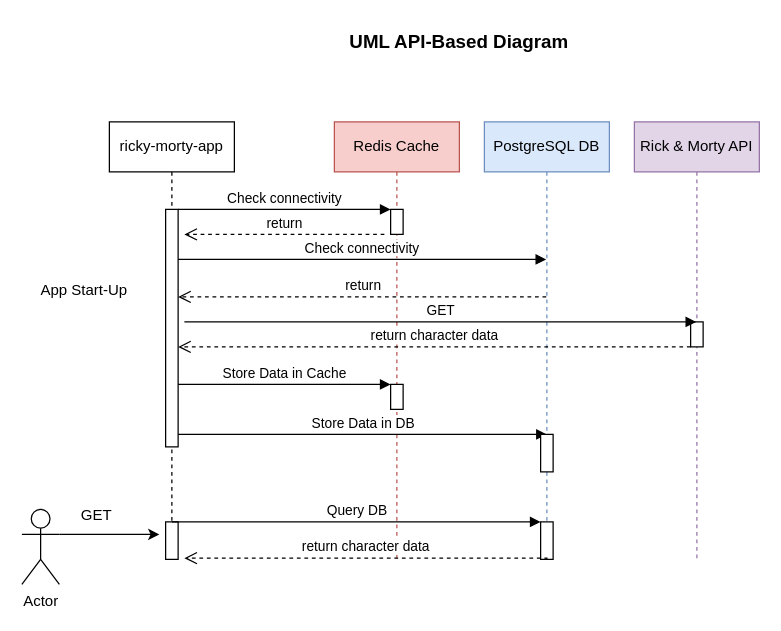
Above: docs/api-uml.drawio in andressanchezramos/rick-morty-app (draw.io), before the change. Source tidied: cells renumbered, new cells numbered last; positions are measured from the earlier drawing's top-left corner, leaving out a move shared by most shapes. Both pictures are drawn from the tidied source at 125%, with x=0, y=0 at pixel (21, 21).
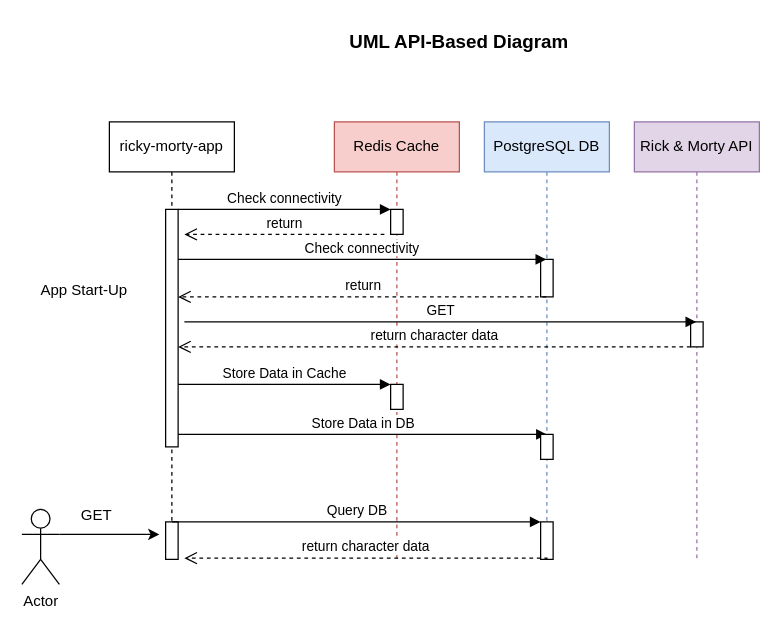
Above is the later version.

Commit message (it also covers changes not shown here):
add UML diagram

The change refers to these unchanged cells:
```xml
<mxCell id="9" value="PostgreSQL DB" style="shape=umlLifeline;perimeter=lifelinePerimeter;whiteSpace=wrap;html=1;outlineConnect=0;portConstraint=eastwest;newEdgeStyle={&quot;edgeStyle&quot;:&quot;elbowEdgeStyle&quot;,&quot;elbow&quot;:&quot;vertical&quot;,&quot;curved&quot;:0,&quot;rounded&quot;:0};fillColor=#dae8fc;strokeColor=#6c8ebf;" parent="1" vertex="1">
  <mxGeometry x="370" y="80" width="100" height="350" as="geometry" />
</mxCell>
```

The edit, as a diff of the source:
```diff
@@
+    <mxCell id="28" style="html=1;perimeter=orthogonalPerimeter;targetShapes=umlLifeline;newEdgeStyle={&quot;edgeStyle&quot;:&quot;elbowEdgeStyle&quot;,&quot;elbow&quot;:&quot;vertical&quot;,&quot;curved&quot;:0,&quot;rounded&quot;:0};" parent="9" vertex="1">
+      <mxGeometry x="45" y="110" width="10" height="30" as="geometry" />
+    </mxCell>
@@
     <mxCell id="22" style="html=1;perimeter=orthogonalPerimeter;targetShapes=umlLifeline;newEdgeStyle={&quot;edgeStyle&quot;:&quot;elbowEdgeStyle&quot;,&quot;elbow&quot;:&quot;vertical&quot;,&quot;curved&quot;:0,&quot;rounded&quot;:0};" parent="1" vertex="1">
-      <mxGeometry x="415" y="330" width="10" height="30" as="geometry" />
+      <mxGeometry x="415" y="330" width="10" height="20" as="geometry" />
     </mxCell>
```
